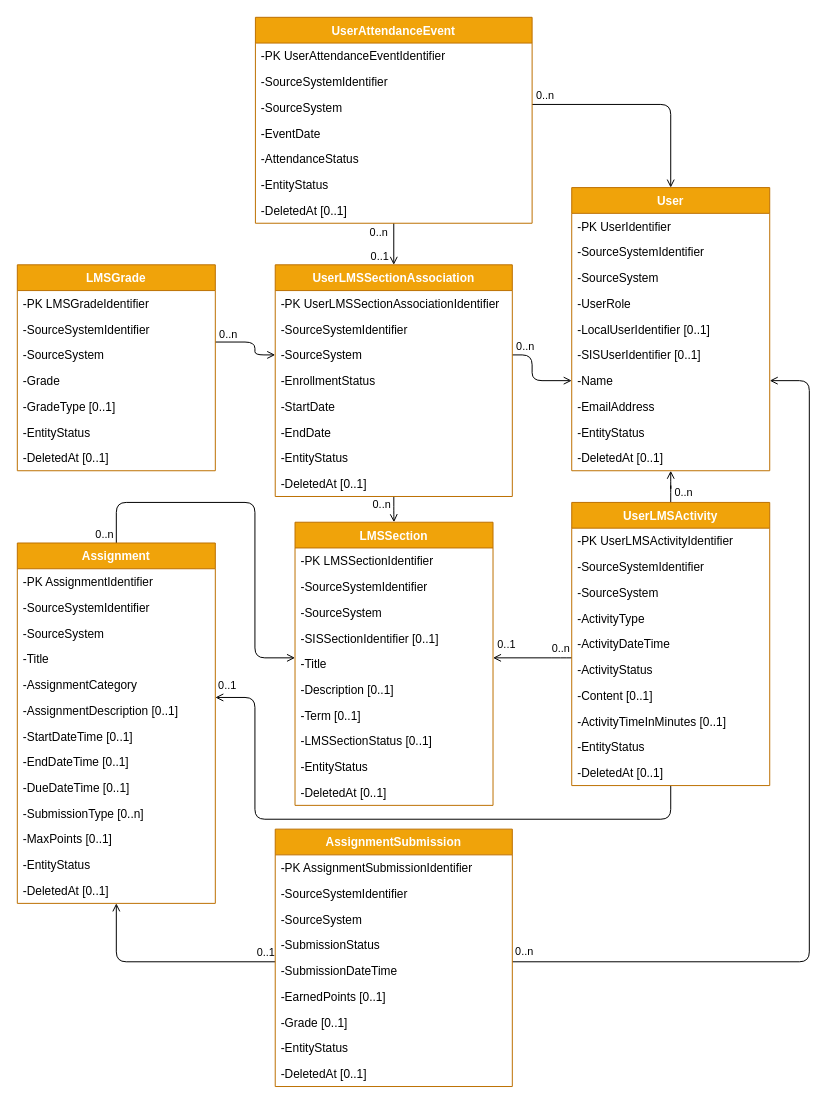
This is page "Proposed UDM" (1 of 5) of docs/FIZZ-API-UML.drawio from Ed-Fi-Exchange-OSS/LMS-Toolkit, a draw.io file, before an edit. Source tidied: cells renumbered, new cells numbered last; positions are measured from the earlier drawing's top-left corner, leaving out a move shared by most shapes. Both pictures are drawn from the tidied source at 99%, with x=0, y=0 at pixel (17, 17).
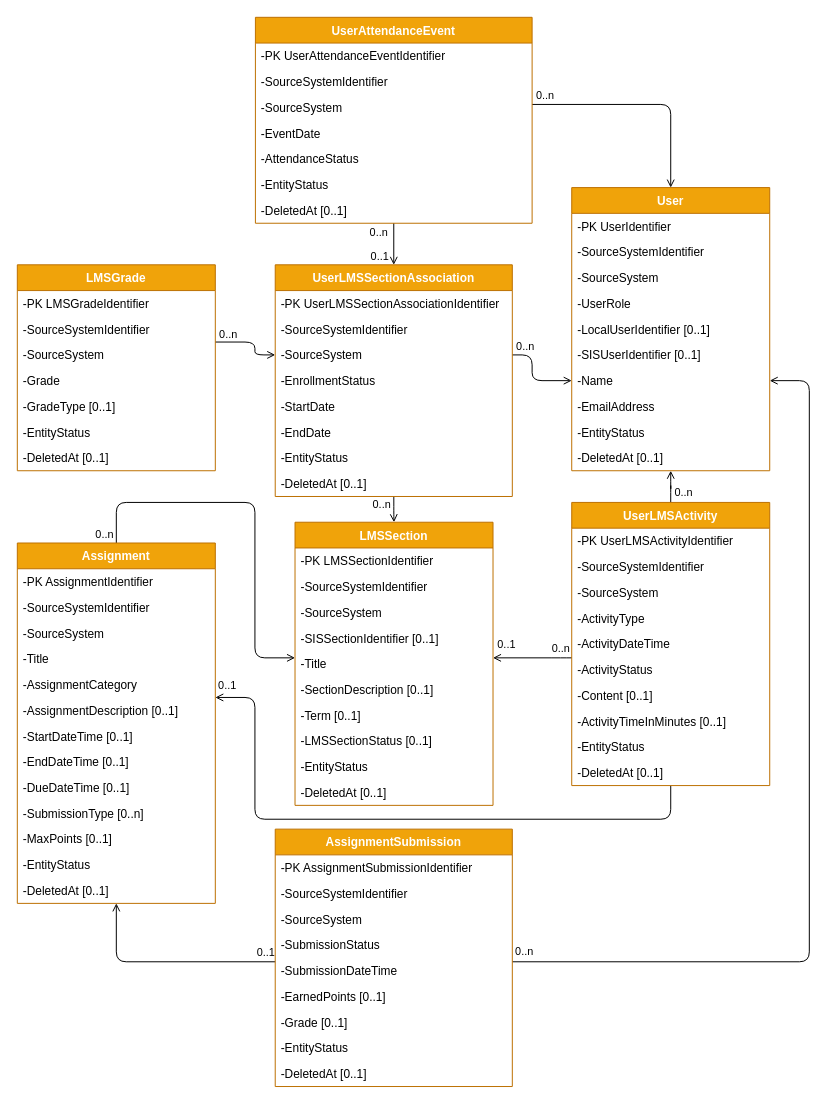
Above is the later version.

The change refers to these unchanged cells:
```xml
<mxCell id="48" value="LMSSection" style="swimlane;fontStyle=1;horizontal=1;startSize=26;fillColor=#f0a30a;strokeColor=#BD7000;fontColor=#ffffff;" parent="1" vertex="1">
  <mxGeometry x="280.5" y="510" width="200" height="286" as="geometry" />
</mxCell>
```

The edit, as a diff of the source:
```diff
@@
-    <mxCell id="54" value="-Description [0..1]" style="text;strokeColor=none;fillColor=none;align=left;verticalAlign=top;spacingLeft=4;spacingRight=4;overflow=hidden;" parent="48" vertex="1">
+    <mxCell id="54" value="-SectionDescription [0..1]" style="text;strokeColor=none;fillColor=none;align=left;verticalAlign=top;spacingLeft=4;spacingRight=4;overflow=hidden;" parent="48" vertex="1">
       <mxGeometry y="156" width="200" height="26" as="geometry" />
     </mxCell>
```
